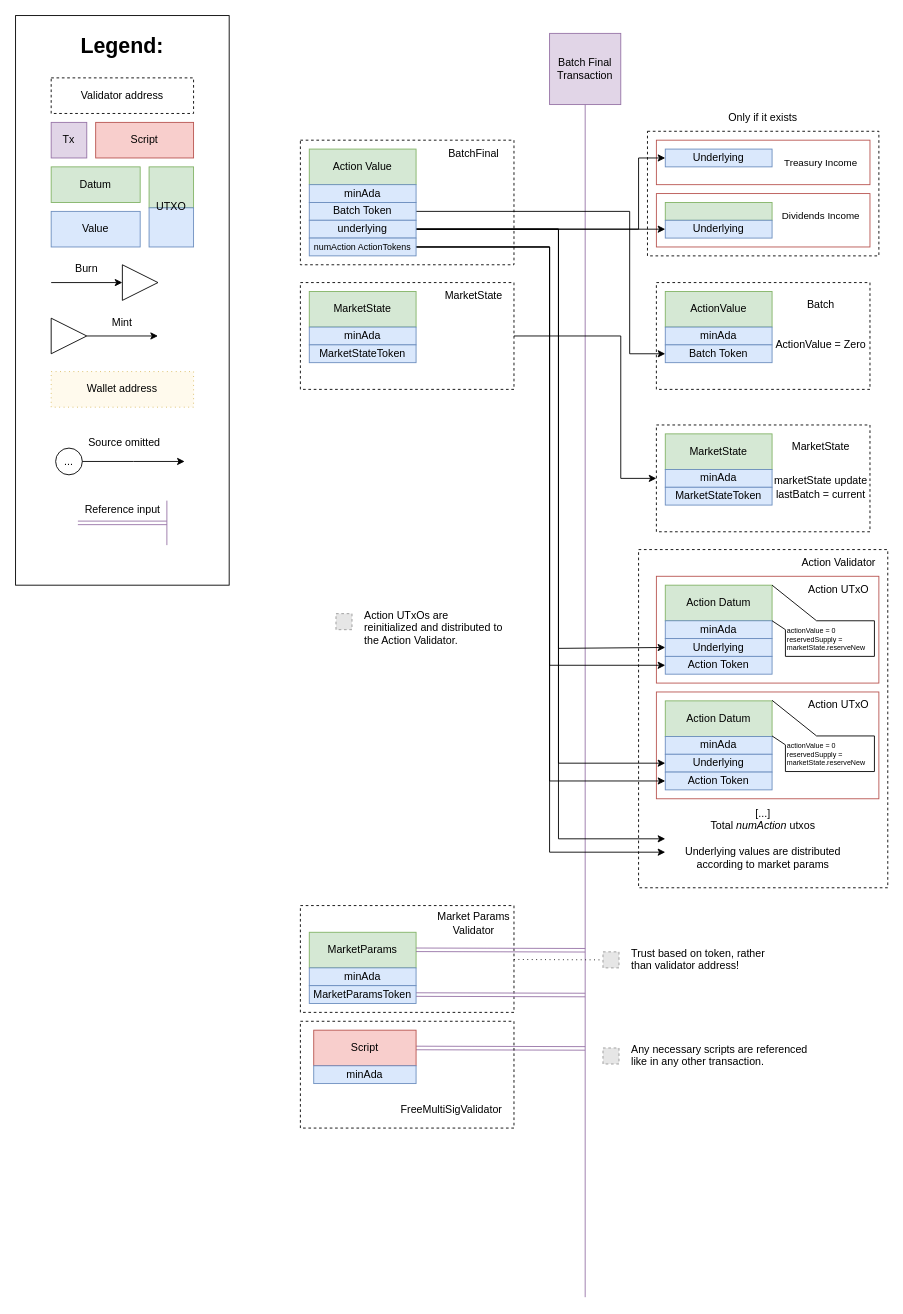
The draw.io diagram utxo-diagrams/BatchFinal.drawio in Liqwid-Labs/diagrams, before the edit. Source tidied: cells renumbered, new cells numbered last; positions are measured from the earlier drawing's top-left corner, leaving out a move shared by most shapes. Both pictures are drawn from the tidied source at 89%, with x=0, y=0 at pixel (15, 15). Pictures stored in the file or linked from it are replaced by grey dashed boxes.
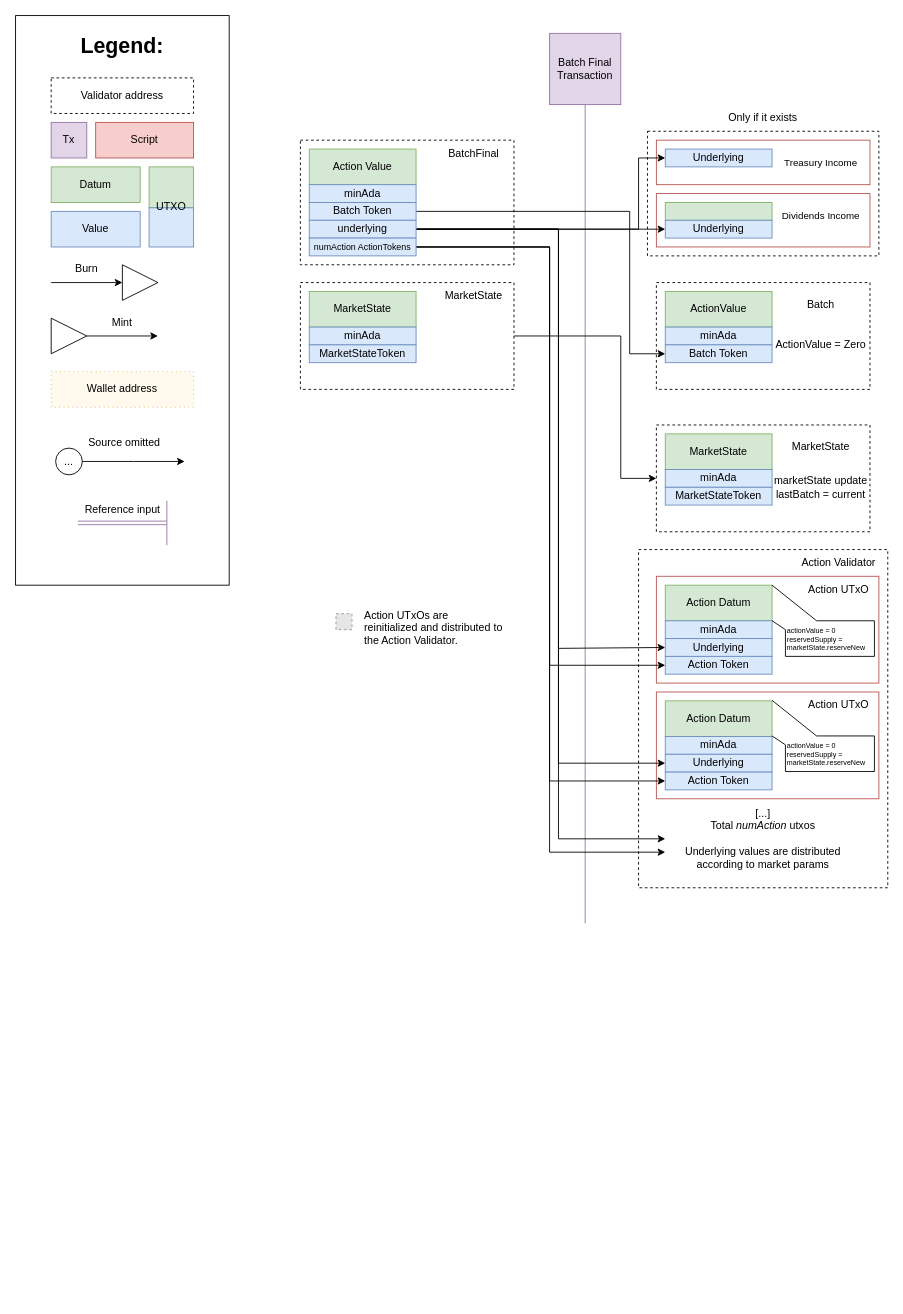
The same page after the edit.

The change refers to these unchanged cells:
```xml
<mxCell id="3" value="Batch Final Transaction" style="whiteSpace=wrap;html=1;fillColor=#e1d5e7;strokeColor=#9673a6;" parent="1" vertex="1">
  <mxGeometry x="600" y="20" width="80" height="80" as="geometry" />
</mxCell>
```

The edit, as a diff of the source:
```diff
@@
     <mxCell id="4" style="endArrow=none;html=1;rounded=0;entryX=0.5;entryY=1;entryDx=0;entryDy=0;fillColor=#e1d5e7;strokeColor=#9673a6;" parent="1" edge="1" target="3">
       <mxGeometry relative="1" as="geometry">
-        <mxPoint x="640" y="1440" as="sourcePoint" />
+        <mxPoint x="640" y="1020" as="sourcePoint" />
       </mxGeometry>
     </mxCell>
@@
-    <mxCell id="85" style="rounded=0;whiteSpace=wrap;html=1;fillColor=none;dashed=1;strokeWidth=1;" parent="1" vertex="1">
-      <mxGeometry x="320" y="1000" width="240" height="120" as="geometry" />
-    </mxCell>
-    <mxCell id="86" value="Market Params Validator" style="text;html=1;strokeColor=none;fillColor=none;align=center;verticalAlign=middle;whiteSpace=wrap;rounded=0;" parent="1" vertex="1">
-      <mxGeometry x="470" y="1000" width="90" height="40" as="geometry" />
-    </mxCell>
-    <mxCell id="87" value="MarketParams" style="rounded=0;whiteSpace=wrap;html=1;fillColor=#d5e8d4;strokeColor=#82b366;" parent="1" vertex="1">
-      <mxGeometry x="330" y="1030" width="120" height="40" as="geometry" />
-    </mxCell>
-    <mxCell id="88" value="minAda" style="rounded=0;whiteSpace=wrap;html=1;fillColor=#dae8fc;strokeColor=#6c8ebf;" parent="1" vertex="1">
-      <mxGeometry x="330" y="1070" width="120" height="20" as="geometry" />
-    </mxCell>
-    <mxCell id="89" value="MarketParamsToken" style="rounded=0;whiteSpace=wrap;html=1;fillColor=#dae8fc;strokeColor=#6c8ebf;" parent="1" vertex="1">
-      <mxGeometry x="330" y="1090" width="120" height="20" as="geometry" />
-    </mxCell>
-    <mxCell id="90" style="shape=link;html=1;rounded=0;fillColor=#e1d5e7;strokeColor=#9673a6;" parent="1" edge="1">
-      <mxGeometry relative="1" as="geometry">
-        <mxPoint x="450" y="1049.7" as="sourcePoint" />
-        <mxPoint x="640" y="1050.2" as="targetPoint" />
-      </mxGeometry>
-    </mxCell>
-    <mxCell id="91" style="shape=link;html=1;rounded=0;fillColor=#e1d5e7;strokeColor=#9673a6;" parent="1" edge="1">
-      <mxGeometry relative="1" as="geometry">
-        <mxPoint x="450" y="1100" as="sourcePoint" />
-        <mxPoint x="640" y="1100.5" as="targetPoint" />
-      </mxGeometry>
-    </mxCell>
-    <mxCell id="92" style="fillColor=#E6E6E6;strokeColor=#999999;dashed=1;html=1;verticalAlign=top;verticalLabelPosition=bottom;labelBackgroundColor=#ffffff;" parent="1" vertex="1">
-      <mxGeometry x="660" y="1052" width="18" height="18" as="geometry" />
-    </mxCell>
-    <mxCell id="93" value="Trust based on token, rather than validator address!" style="text;html=1;align=left;verticalAlign=top;whiteSpace=wrap;rounded=0;" parent="1" vertex="1">
-      <mxGeometry x="690" y="1040" width="160" height="40" as="geometry" />
-    </mxCell>
-    <mxCell id="94" style="endArrow=none;html=1;rounded=0;entryX=0;entryY=0.5;entryDx=0;entryDy=0;dashed=1;dashPattern=1 4;" parent="1" edge="1" source="85" target="92">
-      <mxGeometry relative="1" as="geometry" />
-    </mxCell>
-    <mxCell id="95" style="shape=link;html=1;rounded=0;fillColor=#e1d5e7;strokeColor=#9673a6;exitX=1;exitY=0.5;exitDx=0;exitDy=0;" parent="1" edge="1" source="96">
-      <mxGeometry relative="1" as="geometry">
-        <mxPoint x="640" y="1160.5" as="targetPoint" />
-      </mxGeometry>
-    </mxCell>
-    <mxCell id="96" value="Script" style="rounded=0;whiteSpace=wrap;html=1;fontSize=12;fillColor=#f8cecc;horizontal=1;strokeColor=#b85450;" parent="1" vertex="1">
-      <mxGeometry x="335" y="1140" width="115" height="40" as="geometry" />
-    </mxCell>
-    <mxCell id="97" value="minAda" style="rounded=0;whiteSpace=wrap;html=1;fillColor=#dae8fc;strokeColor=#6c8ebf;" parent="1" vertex="1">
-      <mxGeometry x="335" y="1180" width="115" height="20" as="geometry" />
-    </mxCell>
-    <mxCell id="98" style="rounded=0;whiteSpace=wrap;html=1;fillColor=none;dashed=1;strokeWidth=1;" parent="1" vertex="1">
-      <mxGeometry x="320" y="1130" width="240" height="120" as="geometry" />
-    </mxCell>
-    <mxCell id="99" value="FreeMultiSigValidator" style="text;html=1;strokeColor=none;fillColor=none;align=center;verticalAlign=middle;whiteSpace=wrap;rounded=0;" parent="1" vertex="1">
-      <mxGeometry x="420" y="1210" width="140" height="40" as="geometry" />
-    </mxCell>
-    <mxCell id="100" value="Any necessary scripts are referenced like in any other transaction." style="text;html=1;align=left;verticalAlign=top;whiteSpace=wrap;rounded=0;" parent="1" vertex="1">
-      <mxGeometry x="690" y="1148" width="215" height="42" as="geometry" />
-    </mxCell>
-    <mxCell id="101" style="fillColor=#E6E6E6;strokeColor=#999999;dashed=1;html=1;verticalAlign=top;verticalLabelPosition=bottom;labelBackgroundColor=#ffffff;" parent="1" vertex="1">
-      <mxGeometry x="660" y="1160" width="18" height="18" as="geometry" />
-    </mxCell>
```
